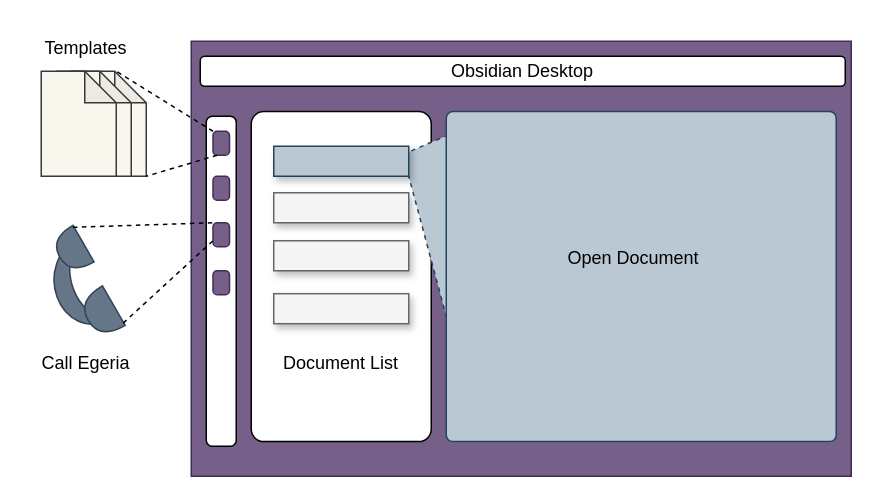
Earlier version of the draw.io diagram page "obsidian" (2 of 3) of site/docs/user-interfaces/dr-egeria/dr-egeria.drawio (odpi/egeria-docs). Source tidied: cells renumbered, new cells numbered last; positions are measured from the earlier drawing's top-left corner, leaving out a move shared by most shapes. Both pictures are drawn from the tidied source at 150%, with x=0, y=0 at pixel (26, 26).
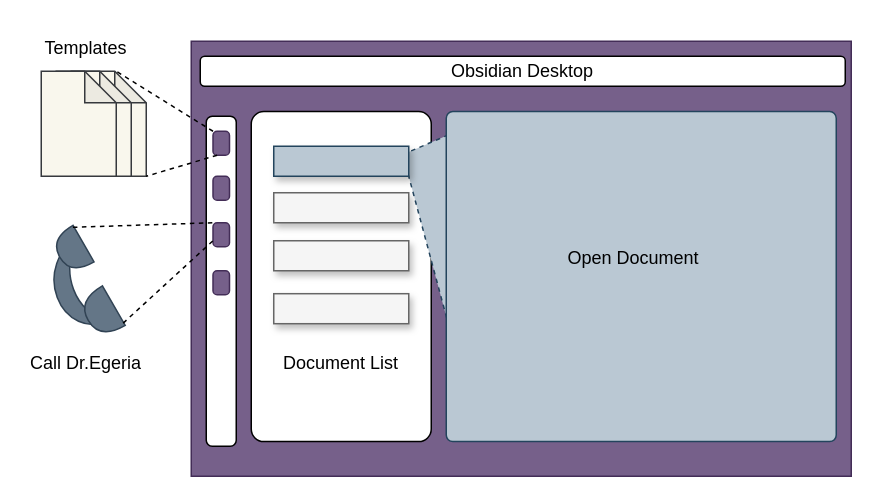
The same diagram, later.

The edit, as a diff of the source:
```diff
@@
-    <mxCell id="23" value="Call Egeria" style="text;html=1;whiteSpace=wrap;strokeColor=none;fillColor=none;align=center;verticalAlign=middle;rounded=0;" parent="1" vertex="1">
+    <mxCell id="23" value="Call Dr.Egeria" style="text;html=1;whiteSpace=wrap;strokeColor=none;fillColor=none;align=center;verticalAlign=middle;rounded=0;" parent="1" vertex="1">
       <mxGeometry y="210" width="80" height="30" as="geometry" />
     </mxCell>
```
